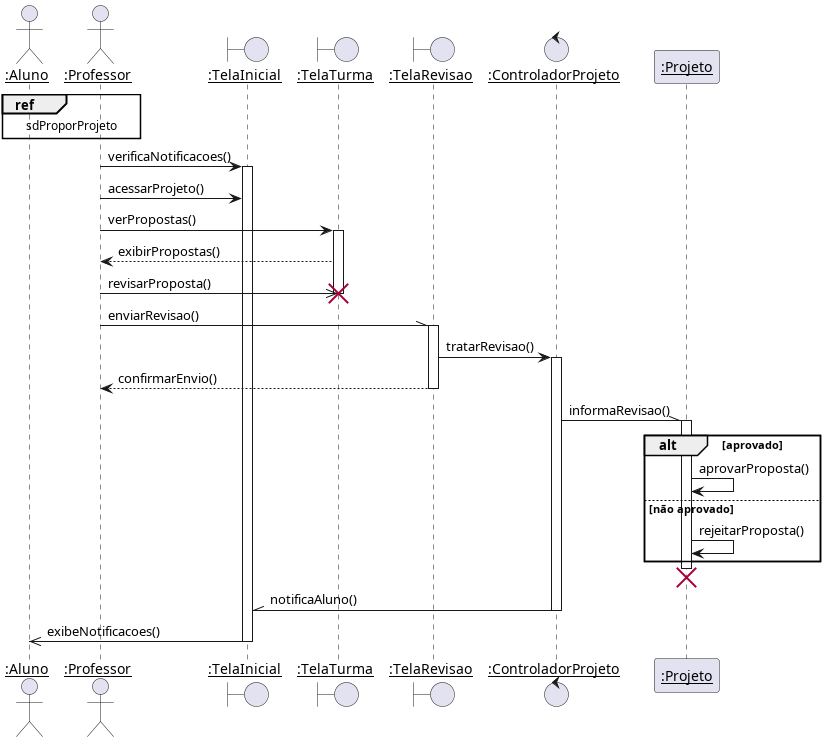
Earlier version of the PlantUML export diagramas/sequencia/avaliar_proposta.png (Pedro-V/projetorium).
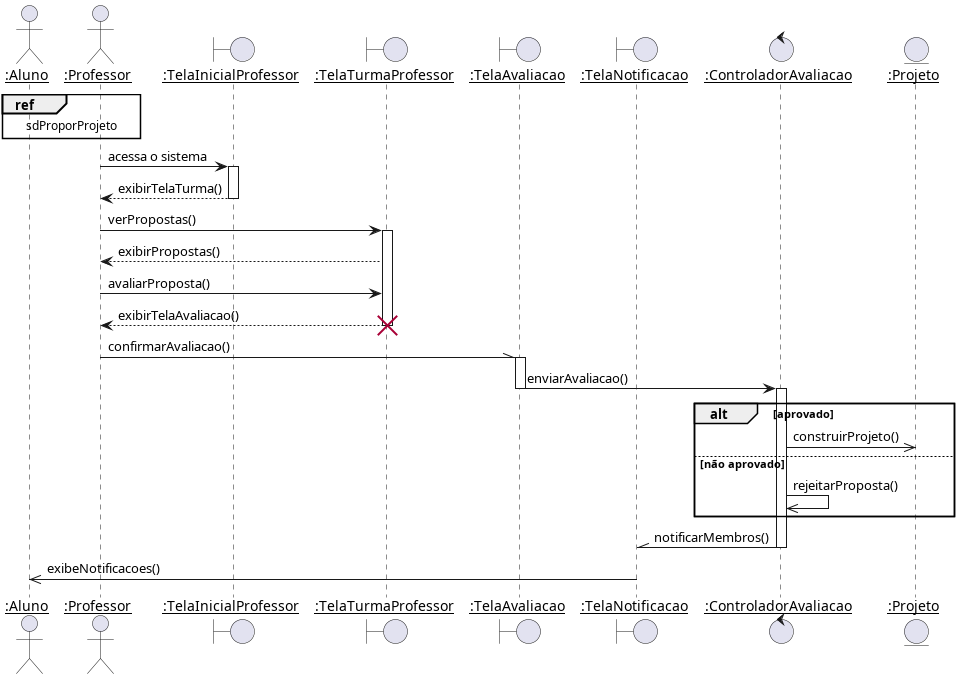
The same file after the commit.

Change to the diagram source:
```diff
@@ -3,30 +3,30 @@
 
 actor ":Aluno" as Aluno
 actor ":Professor" as Professor
-boundary ":TelaInicial" as TelaInicial
-boundary ":TelaTurma" as TelaTurma
-boundary ":TelaRevisao" as TelaRevisao
-control ":ControladorProjeto" as ControladorProjeto
-participant ":Projeto" as Projeto
+boundary ":TelaInicialProfessor" as TelaInicialProfessor
+boundary ":TelaTurmaProfessor" as TelaTurmaProfessor
+boundary ":TelaAvaliacao" as TelaAvaliacao
+boundary ":TelaNotificacao" as TelaNotificacao
+control ":ControladorAvaliacao" as ControladorAvaliacao
+entity ":Projeto" as Projeto
 
 ref over Aluno, Professor : sdProporProjeto
 
-Professor -> TelaInicial ++: verificaNotificacoes()
-Professor -> TelaInicial : acessarProjeto()
-Professor -> TelaTurma  ++: verPropostas()
-TelaTurma --> Professor : exibirPropostas()
-Professor ->> TelaTurma : revisarProposta()
-destroy TelaTurma
-Professor -\\ TelaRevisao ++: enviarRevisao()
-TelaRevisao -> ControladorProjeto ++: tratarRevisao()
-TelaRevisao --> Professor --: confirmarEnvio()
-ControladorProjeto -\\ Projeto ++: informaRevisao()
+Professor -> TelaInicialProfessor ++: acessa o sistema
+TelaInicialProfessor --> Professor --: exibirTelaTurma()
+Professor -> TelaTurmaProfessor  ++: verPropostas()
+TelaTurmaProfessor --> Professor : exibirPropostas()
+Professor -> TelaTurmaProfessor : avaliarProposta()
+TelaTurmaProfessor --> Professor : exibirTelaAvaliacao()
+destroy TelaTurmaProfessor
+
+Professor -\\ TelaAvaliacao ++: confirmarAvaliacao()
+TelaAvaliacao -> ControladorAvaliacao --++: enviarAvaliacao()
 alt aprovado
-    Projeto -> Projeto : aprovarProposta()
+  ControladorAvaliacao ->> Projeto : construirProjeto()
 else não aprovado
-    Projeto -> Projeto : rejeitarProposta()
+  ControladorAvaliacao ->> ControladorAvaliacao : rejeitarProposta()
 end
-destroy Projeto
-ControladorProjeto -\\ TelaInicial --: notificaAluno()
-TelaInicial ->> Aluno --: exibeNotificacoes()
+ControladorAvaliacao -\\ TelaNotificacao --: notificarMembros()
+TelaNotificacao ->> Aluno --: exibeNotificacoes()
 @enduml
```
